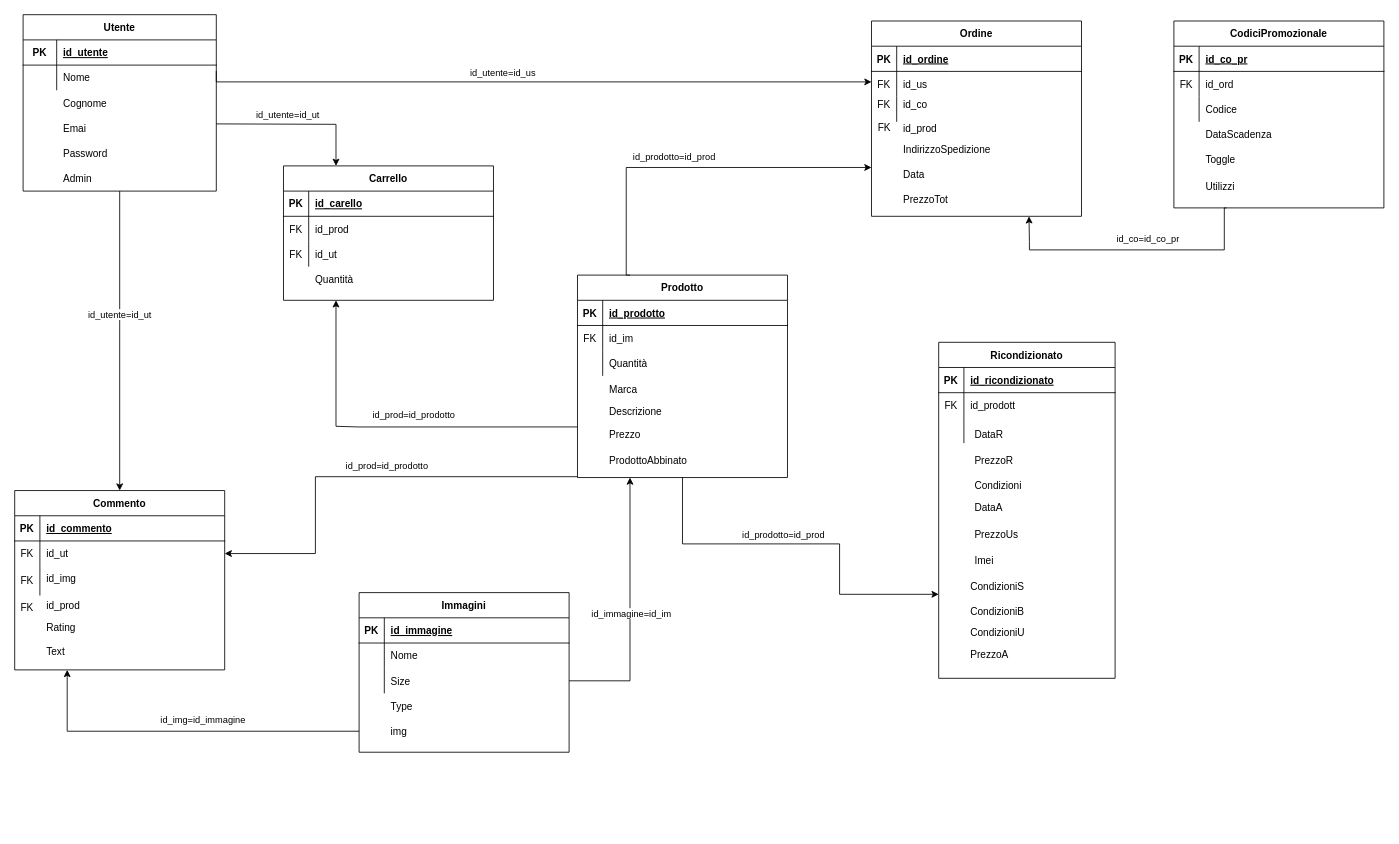
doublep21/PearShop keeps this draw.io diagram as Creazione DBMS/DBMS.drawio. Above is the earlier version. Source tidied: cells renumbered, new cells numbered last; positions are measured from the earlier drawing's top-left corner, leaving out a move shared by most shapes. Both pictures are drawn from the tidied source at 84%, with x=0, y=0 at pixel (14, 14).
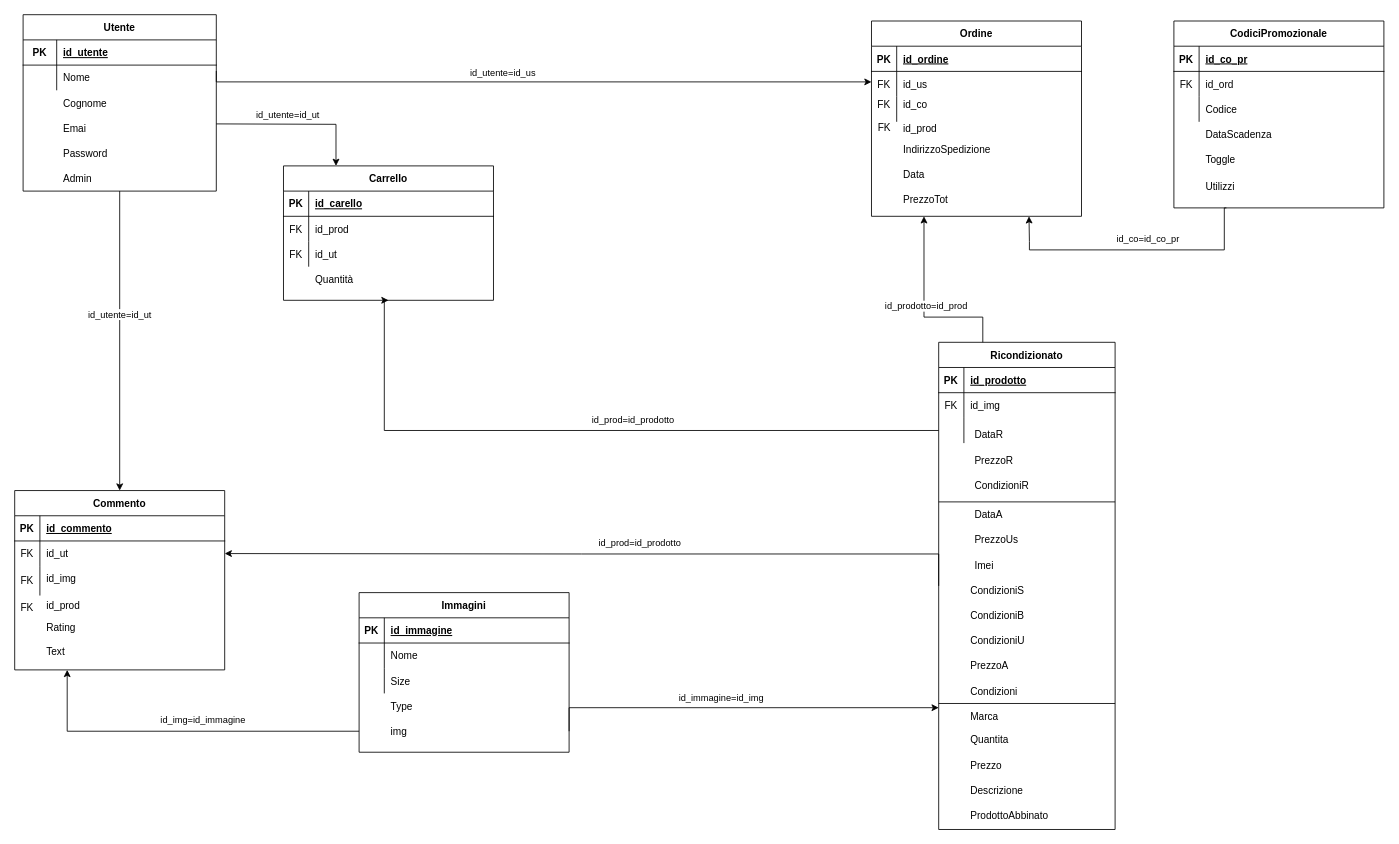
After the change.

Commit message:
Aggiornamento schema DBMS

Unchanged cells that the change refers to:
```xml
<mxCell id="16" style="shape=partialRectangle;fillColor=none;points=[[0,0.5],[1,0.5]];portConstraint=eastwest;top=0;left=0;right=0;bottom=0;" parent="12" vertex="1">
  <mxGeometry y="60" width="250" height="30" as="geometry" />
</mxCell>
<mxCell id="41" value="Carrello" style="shape=table;startSize=30;childLayout=tableLayout;rowLines=0;fontStyle=1;align=center;" parent="1" vertex="1">
  <mxGeometry x="320" y="180" width="250" height="160" as="geometry" />
</mxCell>
<mxCell id="76" style="shape=partialRectangle;fillColor=none;points=[[0,0.5],[1,0.5]];portConstraint=eastwest;top=0;left=0;right=0;bottom=0;" parent="69" vertex="1">
  <mxGeometry y="90" width="250" height="30" as="geometry" />
</mxCell>
<mxCell id="91" style="shape=partialRectangle;fillColor=none;points=[[0,0.5],[1,0.5]];portConstraint=eastwest;top=0;left=0;right=0;bottom=0;" parent="1" vertex="1">
  <mxGeometry x="410" y="838" width="250" height="30" as="geometry" />
</mxCell>
<mxCell id="94" value="Ordine" style="shape=table;startSize=30;childLayout=tableLayout;rowLines=0;fontStyle=1;align=center;" parent="1" vertex="1">
  <mxGeometry x="1020" y="7.5" width="250" height="232.5" as="geometry" />
</mxCell>
<mxCell id="131" style="shape=partialRectangle;fillColor=none;top=0;left=0;right=0;bottom=1;" parent="130" vertex="1">
  <mxGeometry y="30" width="210" height="30" as="geometry" />
</mxCell>
<mxCell id="134" style="shape=partialRectangle;fillColor=none;top=0;left=0;right=0;bottom=0;" parent="130" vertex="1">
  <mxGeometry y="60" width="210" height="30" as="geometry" />
</mxCell>
<mxCell id="137" style="shape=partialRectangle;fillColor=none;points=[[0,0.5],[1,0.5]];portConstraint=eastwest;top=0;left=0;right=0;bottom=0;" parent="130" vertex="1">
  <mxGeometry y="90" width="210" height="30" as="geometry" />
</mxCell>
```

What changed in the source:
```diff
@@
-    <mxCell id="2" value="Prodotto" style="shape=table;startSize=30;childLayout=tableLayout;rowLines=0;fontStyle=1;align=center;" parent="1" vertex="1">
-      <mxGeometry x="670" y="310" width="250" height="241" as="geometry" />
-    </mxCell>
-    <mxCell id="3" style="shape=partialRectangle;fillColor=none;top=0;left=0;right=0;bottom=1;" parent="2" vertex="1">
-      <mxGeometry y="30" width="250" height="30" as="geometry" />
-    </mxCell>
-    <mxCell id="4" value="PK" style="shape=partialRectangle;overflow=hidden;fillColor=none;top=0;left=0;bottom=0;right=0;fontStyle=1;" parent="3" vertex="1">
-      <mxGeometry width="30" height="30" as="geometry" />
-    </mxCell>
-    <mxCell id="5" value="id_prodotto" style="shape=partialRectangle;overflow=hidden;fillColor=none;top=0;left=0;bottom=0;right=0;align=left;spacingLeft=6;fontStyle=5;" parent="3" vertex="1">
-      <mxGeometry x="30" width="220" height="30" as="geometry" />
-    </mxCell>
-    <mxCell id="6" style="shape=partialRectangle;fillColor=none;top=0;left=0;right=0;bottom=0;" parent="2" vertex="1">
-      <mxGeometry y="60" width="250" height="30" as="geometry" />
-    </mxCell>
-    <mxCell id="7" value="FK" style="shape=partialRectangle;overflow=hidden;fillColor=none;top=0;left=0;bottom=0;right=0;" parent="6" vertex="1">
-      <mxGeometry width="30" height="30" as="geometry" />
-    </mxCell>
-    <mxCell id="8" value="id_im" style="shape=partialRectangle;overflow=hidden;fillColor=none;top=0;left=0;bottom=0;right=0;align=left;spacingLeft=6;" parent="6" vertex="1">
-      <mxGeometry x="30" width="220" height="30" as="geometry" />
-    </mxCell>
-    <mxCell id="9" style="shape=partialRectangle;fillColor=none;top=0;left=0;right=0;bottom=0;" parent="2" vertex="1">
-      <mxGeometry y="90" width="250" height="30" as="geometry" />
-    </mxCell>
-    <mxCell id="10" style="shape=partialRectangle;overflow=hidden;fillColor=none;top=0;left=0;bottom=0;right=0;" parent="9" vertex="1">
-      <mxGeometry width="30" height="30" as="geometry" />
-    </mxCell>
-    <mxCell id="11" value="Quantità" style="shape=partialRectangle;overflow=hidden;fillColor=none;top=0;left=0;bottom=0;right=0;align=left;spacingLeft=6;" parent="9" vertex="1">
-      <mxGeometry x="30" width="220" height="30" as="geometry" />
-    </mxCell>
@@
-    <mxCell id="36" style="shape=partialRectangle;overflow=hidden;fillColor=none;top=0;left=0;bottom=0;right=0;align=left;spacingLeft=6;" parent="1" vertex="1">
-      <mxGeometry x="700" y="425" width="220" height="30" as="geometry" />
-    </mxCell>
-    <mxCell id="37" style="shape=partialRectangle;overflow=hidden;fillColor=none;top=0;left=0;bottom=0;right=0;align=left;spacingLeft=6;" parent="1" vertex="1">
-      <mxGeometry x="700" y="455" width="220" height="30" as="geometry" />
-    </mxCell>
-    <mxCell id="38" value="Descrizione" style="shape=partialRectangle;overflow=hidden;fillColor=none;top=0;left=0;bottom=0;right=0;align=left;spacingLeft=6;" parent="1" vertex="1">
-      <mxGeometry x="700" y="457" width="220" height="30" as="geometry" />
-    </mxCell>
-    <mxCell id="39" value="Marca" style="shape=partialRectangle;overflow=hidden;fillColor=none;top=0;left=0;bottom=0;right=0;align=left;spacingLeft=6;" parent="1" vertex="1">
-      <mxGeometry x="700" y="431" width="220" height="30" as="geometry" />
-    </mxCell>
-    <mxCell id="40" value="Prezzo" style="shape=partialRectangle;overflow=hidden;fillColor=none;top=0;left=0;bottom=0;right=0;align=left;spacingLeft=6;" parent="1" vertex="1">
-      <mxGeometry x="700" y="485" width="220" height="30" as="geometry" />
-    </mxCell>
@@
-    <mxCell id="65" value="ProdottoAbbinato" style="shape=partialRectangle;overflow=hidden;fillColor=none;top=0;left=0;bottom=0;right=0;align=left;spacingLeft=6;" parent="1" vertex="1">
-      <mxGeometry x="700" y="515" width="220" height="30" as="geometry" />
-    </mxCell>
@@
-    <mxCell id="121" style="edgeStyle=orthogonalEdgeStyle;rounded=0;jettySize=auto;html=1;entryX=0.25;entryY=1;entryDx=0;entryDy=0;exitX=0;exitY=0.75;exitDx=0;exitDy=0;" parent="1" edge="1" source="2" target="41">
-      <mxGeometry relative="1" as="geometry">
-        <Array as="points">
-          <mxPoint x="410" y="491" />
-          <mxPoint x="403" y="490" />
-        </Array>
-      </mxGeometry>
-    </mxCell>
-    <mxCell id="122" value="id_prod=id_prodotto" style="edgeLabel;html=1;align=center;verticalAlign=middle;" parent="121" vertex="1">
-      <mxGeometry x="-0.11" y="-1" relative="1" as="geometry">
-        <mxPoint y="-13" as="offset" />
-      </mxGeometry>
-    </mxCell>
-    <mxCell id="123" style="edgeStyle=orthogonalEdgeStyle;rounded=0;jettySize=auto;html=1;entryX=0;entryY=0.75;entryDx=0;entryDy=0;exitX=0.25;exitY=0;exitDx=0;exitDy=0;" parent="1" edge="1" source="2" target="94">
-      <mxGeometry relative="1" as="geometry">
-        <Array as="points">
-          <mxPoint x="728" y="310" />
-          <mxPoint x="728" y="182" />
-        </Array>
-      </mxGeometry>
-    </mxCell>
-    <mxCell id="124" value="id_prodotto=id_prod" style="edgeLabel;html=1;align=center;verticalAlign=middle;" parent="123" vertex="1">
-      <mxGeometry x="-0.11" y="-1" relative="1" as="geometry">
-        <mxPoint y="-13" as="offset" />
-      </mxGeometry>
-    </mxCell>
@@
     <mxCell id="130" value="Ricondizionato" style="shape=table;startSize=30;childLayout=tableLayout;rowLines=0;fontStyle=1;align=center;" parent="1" vertex="1">
-      <mxGeometry x="1100" y="390" width="210" height="400" as="geometry" />
+      <mxGeometry x="1100" y="390" width="210" height="580" as="geometry" />
     </mxCell>
@@
-    <mxCell id="133" value="id_ricondizionato" style="shape=partialRectangle;overflow=hidden;fillColor=none;top=0;left=0;bottom=0;right=0;align=left;spacingLeft=6;fontStyle=5;" parent="131" vertex="1">
+    <mxCell id="133" value="id_prodotto" style="shape=partialRectangle;overflow=hidden;fillColor=none;top=0;left=0;bottom=0;right=0;align=left;spacingLeft=6;fontStyle=5;" parent="131" vertex="1">
       <mxGeometry x="30" width="180" height="30" as="geometry" />
     </mxCell>
@@
-    <mxCell id="136" value="id_prodott" style="shape=partialRectangle;overflow=hidden;fillColor=none;top=0;left=0;bottom=0;right=0;align=left;spacingLeft=6;" parent="134" vertex="1">
+    <mxCell id="136" value="id_img" style="shape=partialRectangle;overflow=hidden;fillColor=none;top=0;left=0;bottom=0;right=0;align=left;spacingLeft=6;" parent="134" vertex="1">
       <mxGeometry x="30" width="180" height="30" as="geometry" />
     </mxCell>
@@
-    <mxCell id="140" style="edgeStyle=orthogonalEdgeStyle;rounded=0;jettySize=auto;html=1;exitX=0.5;exitY=1;exitDx=0;exitDy=0;entryX=0;entryY=0.75;entryDx=0;entryDy=0;" parent="1" edge="1" source="2" target="130">
-      <mxGeometry relative="1" as="geometry">
-        <Array as="points">
-          <mxPoint x="795" y="630" />
-          <mxPoint x="982" y="630" />
-          <mxPoint x="982" y="690" />
-        </Array>
-      </mxGeometry>
-    </mxCell>
-    <mxCell id="141" value="id_prodotto=id_prod" style="edgeLabel;html=1;align=center;verticalAlign=middle;" parent="140" vertex="1">
-      <mxGeometry x="-0.11" y="-1" relative="1" as="geometry">
-        <mxPoint y="-13" as="offset" />
-      </mxGeometry>
-    </mxCell>
@@
     <mxCell id="144" value="Condizioni" style="shape=partialRectangle;overflow=hidden;fillColor=none;top=0;left=0;bottom=0;right=0;align=left;spacingLeft=6;" parent="1" vertex="1">
-      <mxGeometry x="1135" y="545" width="220" height="30" as="geometry" />
+      <mxGeometry x="1130" y="790" width="220" height="30" as="geometry" />
     </mxCell>
-    <mxCell id="145" style="edgeStyle=orthogonalEdgeStyle;rounded=0;jettySize=auto;html=1;entryX=1;entryY=0.5;entryDx=0;entryDy=0;" parent="1" edge="1" target="16">
-      <mxGeometry relative="1" as="geometry">
-        <mxPoint x="670" y="550" as="sourcePoint" />
-        <Array as="points">
-          <mxPoint x="358" y="550" />
-          <mxPoint x="358" y="642" />
-        </Array>
-      </mxGeometry>
-    </mxCell>
-    <mxCell id="146" value="id_prod=id_prodotto" style="edgeLabel;html=1;align=center;verticalAlign=middle;" parent="145" vertex="1">
-      <mxGeometry x="-0.11" y="-1" relative="1" as="geometry">
-        <mxPoint y="-13" as="offset" />
-      </mxGeometry>
-    </mxCell>
-    <mxCell id="147" style="edgeStyle=orthogonalEdgeStyle;rounded=0;jettySize=auto;html=1;entryX=0.25;entryY=1;entryDx=0;entryDy=0;exitX=1;exitY=0.5;exitDx=0;exitDy=0;" parent="1" edge="1" source="76" target="2">
-      <mxGeometry relative="1" as="geometry" />
-    </mxCell>
-    <mxCell id="148" value="id_immagine=id_im" style="edgeLabel;html=1;align=center;verticalAlign=middle;" parent="147" vertex="1">
-      <mxGeometry x="-0.11" y="-1" relative="1" as="geometry">
-        <mxPoint y="-13" as="offset" />
-      </mxGeometry>
-    </mxCell>
     <mxCell id="149" value="DataA" style="shape=partialRectangle;overflow=hidden;fillColor=none;top=0;left=0;bottom=0;right=0;align=left;spacingLeft=6;" parent="1" vertex="1">
-      <mxGeometry x="1135" y="571.5" width="220" height="30" as="geometry" />
+      <mxGeometry x="1135" y="580" width="220" height="30" as="geometry" />
     </mxCell>
     <mxCell id="150" value="PrezzoUs" style="shape=partialRectangle;overflow=hidden;fillColor=none;top=0;left=0;bottom=0;right=0;align=left;spacingLeft=6;" parent="1" vertex="1">
-      <mxGeometry x="1135" y="604" width="220" height="30" as="geometry" />
+      <mxGeometry x="1135" y="610" width="220" height="30" as="geometry" />
     </mxCell>
     <mxCell id="151" value="Imei" style="shape=partialRectangle;overflow=hidden;fillColor=none;top=0;left=0;bottom=0;right=0;align=left;spacingLeft=6;" parent="1" vertex="1">
-      <mxGeometry x="1135" y="635" width="220" height="30" as="geometry" />
+      <mxGeometry x="1135" y="640" width="220" height="30" as="geometry" />
     </mxCell>
     <mxCell id="152" value="CondizioniS" style="shape=partialRectangle;overflow=hidden;fillColor=none;top=0;left=0;bottom=0;right=0;align=left;spacingLeft=6;" parent="1" vertex="1">
-      <mxGeometry x="1130" y="665" width="220" height="30" as="geometry" />
+      <mxGeometry x="1130" y="670" width="220" height="30" as="geometry" />
     </mxCell>
     <mxCell id="153" value="CondizioniB" style="shape=partialRectangle;overflow=hidden;fillColor=none;top=0;left=0;bottom=0;right=0;align=left;spacingLeft=6;" parent="1" vertex="1">
-      <mxGeometry x="1130" y="695" width="220" height="30" as="geometry" />
+      <mxGeometry x="1130" y="700" width="220" height="30" as="geometry" />
     </mxCell>
     <mxCell id="154" value="CondizioniU" style="shape=partialRectangle;overflow=hidden;fillColor=none;top=0;left=0;bottom=0;right=0;align=left;spacingLeft=6;" parent="1" vertex="1">
-      <mxGeometry x="1130" y="720" width="220" height="30" as="geometry" />
+      <mxGeometry x="1130" y="730" width="220" height="30" as="geometry" />
     </mxCell>
     <mxCell id="155" value="PrezzoA" style="shape=partialRectangle;overflow=hidden;fillColor=none;top=0;left=0;bottom=0;right=0;align=left;spacingLeft=6;" parent="1" vertex="1">
-      <mxGeometry x="1130" y="746.5" width="220" height="30" as="geometry" />
+      <mxGeometry x="1130" y="760" width="220" height="30" as="geometry" />
     </mxCell>
+    <mxCell id="156" value="CondizioniR" style="shape=partialRectangle;overflow=hidden;fillColor=none;top=0;left=0;bottom=0;right=0;align=left;spacingLeft=6;" parent="1" vertex="1">
+      <mxGeometry x="1135" y="545" width="180" height="30" as="geometry" />
+    </mxCell>
+    <mxCell id="157" style="endArrow=none;html=1;rounded=0;" parent="1" edge="1">
+      <mxGeometry relative="1" as="geometry">
+        <mxPoint x="1100" y="580" as="sourcePoint" />
+        <mxPoint x="1310" y="580" as="targetPoint" />
+      </mxGeometry>
+    </mxCell>
+    <mxCell id="158" style="endArrow=none;html=1;rounded=0;" parent="1" edge="1">
+      <mxGeometry relative="1" as="geometry">
+        <mxPoint x="1100" y="820" as="sourcePoint" />
+        <mxPoint x="1310" y="820" as="targetPoint" />
+      </mxGeometry>
+    </mxCell>
+    <mxCell id="39" value="Marca" style="shape=partialRectangle;overflow=hidden;fillColor=none;top=0;left=0;bottom=0;right=0;align=left;spacingLeft=6;" parent="1" vertex="1">
+      <mxGeometry x="1130" y="820" width="180" height="30" as="geometry" />
+    </mxCell>
+    <mxCell id="159" value="Quantita" style="shape=partialRectangle;overflow=hidden;fillColor=none;top=0;left=0;bottom=0;right=0;align=left;spacingLeft=6;" parent="1" vertex="1">
+      <mxGeometry x="1130" y="848" width="180" height="30" as="geometry" />
+    </mxCell>
+    <mxCell id="40" value="Prezzo" style="shape=partialRectangle;overflow=hidden;fillColor=none;top=0;left=0;bottom=0;right=0;align=left;spacingLeft=6;" parent="1" vertex="1">
+      <mxGeometry x="1130" y="878" width="180" height="30" as="geometry" />
+    </mxCell>
+    <mxCell id="38" value="Descrizione" style="shape=partialRectangle;overflow=hidden;fillColor=none;top=0;left=0;bottom=0;right=0;align=left;spacingLeft=6;" parent="1" vertex="1">
+      <mxGeometry x="1130" y="908" width="180" height="30" as="geometry" />
+    </mxCell>
+    <mxCell id="65" value="ProdottoAbbinato" style="shape=partialRectangle;overflow=hidden;fillColor=none;top=0;left=0;bottom=0;right=0;align=left;spacingLeft=6;" parent="1" vertex="1">
+      <mxGeometry x="1130" y="938" width="180" height="30" as="geometry" />
+    </mxCell>
+    <mxCell id="160" style="edgeStyle=orthogonalEdgeStyle;rounded=0;jettySize=auto;html=1;exitX=1;exitY=0.5;exitDx=0;exitDy=0;entryX=0;entryY=0.75;entryDx=0;entryDy=0;" parent="1" edge="1" source="91" target="130">
+      <mxGeometry relative="1" as="geometry">
+        <Array as="points">
+          <mxPoint x="660" y="825" />
+        </Array>
+      </mxGeometry>
+    </mxCell>
+    <mxCell id="161" value="id_immagine=id_img" style="edgeLabel;html=1;align=center;verticalAlign=middle;" parent="160" vertex="1">
+      <mxGeometry x="-0.11" y="-1" relative="1" as="geometry">
+        <mxPoint y="-13" as="offset" />
+      </mxGeometry>
+    </mxCell>
+    <mxCell id="162" style="edgeStyle=orthogonalEdgeStyle;rounded=0;jettySize=auto;html=1;entryX=0.25;entryY=1;entryDx=0;entryDy=0;exitX=0.25;exitY=0;exitDx=0;exitDy=0;" parent="1" edge="1" source="130" target="94">
+      <mxGeometry relative="1" as="geometry">
+        <Array as="points">
+          <mxPoint x="1153" y="360" />
+          <mxPoint x="1083" y="360" />
+        </Array>
+      </mxGeometry>
+    </mxCell>
+    <mxCell id="163" value="id_prodotto=id_prod" style="edgeLabel;html=1;align=center;verticalAlign=middle;" parent="162" vertex="1">
+      <mxGeometry x="-0.11" y="-1" relative="1" as="geometry">
+        <mxPoint y="-13" as="offset" />
+      </mxGeometry>
+    </mxCell>
+    <mxCell id="164" style="edgeStyle=orthogonalEdgeStyle;rounded=0;jettySize=auto;html=1;entryX=1;entryY=0.5;entryDx=0;entryDy=0;exitX=0;exitY=0.5;exitDx=0;exitDy=0;" parent="1" edge="1" source="130" target="16">
+      <mxGeometry relative="1" as="geometry">
+        <Array as="points">
+          <mxPoint x="1100" y="642" />
+          <mxPoint x="675" y="642" />
+        </Array>
+      </mxGeometry>
+    </mxCell>
+    <mxCell id="165" value="id_prod=id_prodotto" style="edgeLabel;html=1;align=center;verticalAlign=middle;" parent="164" vertex="1">
+      <mxGeometry x="-0.11" y="-1" relative="1" as="geometry">
+        <mxPoint y="-13" as="offset" />
+      </mxGeometry>
+    </mxCell>
+    <mxCell id="166" style="edgeStyle=orthogonalEdgeStyle;rounded=0;jettySize=auto;html=1;exitX=0;exitY=0.5;exitDx=0;exitDy=0;entryX=0.5;entryY=1;entryDx=0;entryDy=0;" parent="1" edge="1" source="137" target="41">
+      <mxGeometry relative="1" as="geometry">
+        <Array as="points">
+          <mxPoint x="440" y="495" />
+          <mxPoint x="440" y="340" />
+        </Array>
+      </mxGeometry>
+    </mxCell>
+    <mxCell id="167" value="id_prod=id_prodotto" style="edgeLabel;html=1;align=center;verticalAlign=middle;" parent="166" vertex="1">
+      <mxGeometry x="-0.11" y="-1" relative="1" as="geometry">
+        <mxPoint y="-13" as="offset" />
+      </mxGeometry>
+    </mxCell>
```
